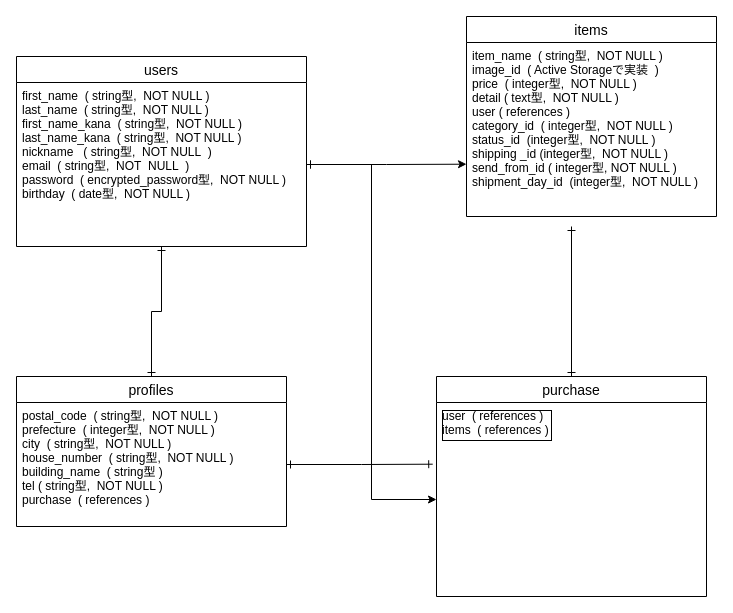
Above: config/furima.dio in kimiko-i/furima-31997 (draw.io), before the change. Source tidied: cells renumbered, new cells numbered last; positions are measured from the earlier drawing's top-left corner, leaving out a move shared by most shapes. Both pictures are drawn from the tidied source at 100%, with x=0, y=0 at pixel (16, 16).
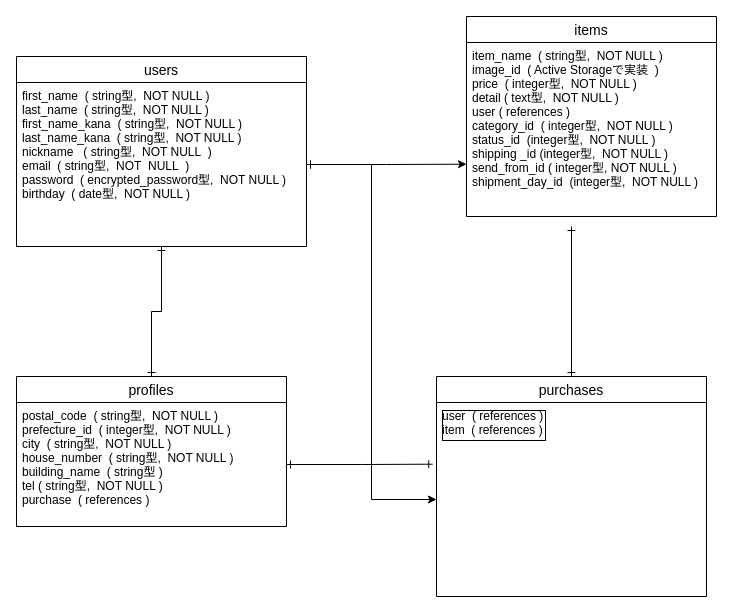
The same diagram, later.

The edit, as a diff of the source:
```diff
@@
 <mxGraphModel>
   <root>
     <mxCell id="0" />
     <mxCell id="1" parent="0" />
     <mxCell id="2" style="edgeStyle=orthogonalEdgeStyle;rounded=0;jettySize=auto;html=1;entryX=0.5;entryY=0;entryDx=0;entryDy=0;endArrow=ERone;endFill=0;startArrow=ERone;startFill=0;" parent="1" edge="1" source="3" target="5">
       <mxGeometry relative="1" as="geometry" />
     </mxCell>
     <mxCell id="3" value="users" style="swimlane;fontStyle=0;horizontal=1;startSize=26;align=center;fontSize=14;" parent="1" vertex="1">
       <mxGeometry y="40" width="290" height="190" as="geometry" />
     </mxCell>
     <mxCell id="4" value="first_name  ( string型,  NOT NULL )&#10;last_name  ( string型,  NOT NULL )&#10;first_name_kana  ( string型,  NOT NULL )&#10;last_name_kana  ( string型,  NOT NULL )&#10;nickname   ( string型,  NOT NULL  )&#10;email  ( string型,  NOT  NULL  )&#10;password  ( encrypted_password型,  NOT NULL )&#10;birthday  ( date型,  NOT NULL )&#10;&#10;" style="text;strokeColor=none;fillColor=none;spacingLeft=4;spacingRight=4;overflow=hidden;points=[[0,0.5],[1,0.5]];portConstraint=eastwest;fontSize=12;" parent="3" vertex="1">
       <mxGeometry y="26" width="290" height="164" as="geometry" />
     </mxCell>
     <mxCell id="5" value="profiles" style="swimlane;fontStyle=0;horizontal=1;startSize=26;align=center;fontSize=14;" parent="1" vertex="1">
       <mxGeometry y="360" width="270" height="150" as="geometry" />
     </mxCell>
-    <mxCell id="6" value="postal_code  ( string型,  NOT NULL )&#10;prefecture  ( integer型,  NOT NULL )&#10;city  ( string型,  NOT NULL )&#10;house_number  ( string型,  NOT NULL )&#10;building_name  ( string型 )&#10;tel ( string型,  NOT NULL )&#10;purchase  ( references )" style="text;strokeColor=none;fillColor=none;spacingLeft=4;spacingRight=4;overflow=hidden;points=[[0,0.5],[1,0.5]];portConstraint=eastwest;fontSize=12;" parent="5" vertex="1">
+    <mxCell id="6" value="postal_code  ( string型,  NOT NULL )&#10;prefecture_id  ( integer型,  NOT NULL )&#10;city  ( string型,  NOT NULL )&#10;house_number  ( string型,  NOT NULL )&#10;building_name  ( string型 )&#10;tel ( string型,  NOT NULL )&#10;purchase  ( references )" style="text;strokeColor=none;fillColor=none;spacingLeft=4;spacingRight=4;overflow=hidden;points=[[0,0.5],[1,0.5]];portConstraint=eastwest;fontSize=12;" parent="5" vertex="1">
       <mxGeometry y="26" width="270" height="124" as="geometry" />
     </mxCell>
     <mxCell id="7" style="edgeStyle=orthogonalEdgeStyle;rounded=0;jettySize=auto;html=1;exitX=1;exitY=0.5;exitDx=0;exitDy=0;startArrow=ERone;startFill=0;endArrow=classic;endFill=1;" parent="1" edge="1" source="4">
       <mxGeometry relative="1" as="geometry">
         <mxPoint x="450" y="147.7" as="targetPoint" />
       </mxGeometry>
     </mxCell>
     <mxCell id="8" style="edgeStyle=orthogonalEdgeStyle;rounded=0;jettySize=auto;html=1;exitX=0.5;exitY=0;exitDx=0;exitDy=0;startArrow=ERone;startFill=0;endArrow=ERone;endFill=0;fontColor=#f0f0f0;" parent="1" edge="1" source="9">
       <mxGeometry relative="1" as="geometry">
         <mxPoint x="555" y="210" as="targetPoint" />
       </mxGeometry>
     </mxCell>
-    <mxCell id="9" value="purchase" style="swimlane;fontStyle=0;horizontal=1;startSize=26;align=center;fontSize=14;" parent="1" vertex="1">
+    <mxCell id="9" value="purchases" style="swimlane;fontStyle=0;horizontal=1;startSize=26;align=center;fontSize=14;" parent="1" vertex="1">
       <mxGeometry x="420" y="360" width="270" height="220" as="geometry" />
     </mxCell>
-    <mxCell id="10" value="user  ( references )&#10;items  ( references )&#10;" style="text;strokeColor=none;fillColor=none;spacingLeft=4;spacingRight=4;overflow=hidden;points=[[0,0.5],[1,0.5]];portConstraint=eastwest;fontSize=12;labelBackgroundColor=none;verticalAlign=top;labelBorderColor=#000000;" parent="9" vertex="1">
+    <mxCell id="10" value="user  ( references )&#10;item  ( references )&#10;" style="text;strokeColor=none;fillColor=none;spacingLeft=4;spacingRight=4;overflow=hidden;points=[[0,0.5],[1,0.5]];portConstraint=eastwest;fontSize=12;labelBackgroundColor=none;verticalAlign=top;labelBorderColor=#000000;" parent="9" vertex="1">
       <mxGeometry y="26" width="270" height="194" as="geometry" />
     </mxCell>
     <mxCell id="11" style="edgeStyle=orthogonalEdgeStyle;rounded=0;jettySize=auto;html=1;startArrow=ERone;startFill=0;endArrow=classic;endFill=1;fontColor=#f0f0f0;" parent="1" edge="1" source="4" target="10">
       <mxGeometry relative="1" as="geometry" />
     </mxCell>
     <mxCell id="12" style="edgeStyle=orthogonalEdgeStyle;rounded=0;jettySize=auto;html=1;exitX=1;exitY=0.5;exitDx=0;exitDy=0;entryX=-0.014;entryY=0.318;entryDx=0;entryDy=0;entryPerimeter=0;startArrow=ERone;startFill=0;endArrow=ERone;endFill=0;fontColor=#f0f0f0;" parent="1" edge="1" source="6" target="10">
       <mxGeometry relative="1" as="geometry" />
     </mxCell>
     <mxCell id="13" value="items" style="swimlane;fontStyle=0;horizontal=1;startSize=26;align=center;fontSize=14;" parent="1" vertex="1">
       <mxGeometry x="450" width="250" height="200" as="geometry" />
     </mxCell>
     <mxCell id="14" value="item_name  ( string型,  NOT NULL )&#10;image_id  ( Active Storageで実装  )&#10;price  ( integer型,  NOT NULL )&#10;detail ( text型,  NOT NULL )&#10;user ( references )&#10;category_id  ( integer型,  NOT NULL )&#10;status_id  (integer型,  NOT NULL )&#10;shipping _id (integer型,  NOT NULL )&#10;send_from_id ( integer型, NOT NULL )&#10;shipment_day_id  (integer型,  NOT NULL )&#10;" style="text;strokeColor=none;fillColor=none;spacingLeft=4;spacingRight=4;overflow=hidden;fontSize=12;" parent="13" vertex="1">
       <mxGeometry y="26" width="250" height="174" as="geometry" />
     </mxCell>
   </root>
 </mxGraphModel>
```
